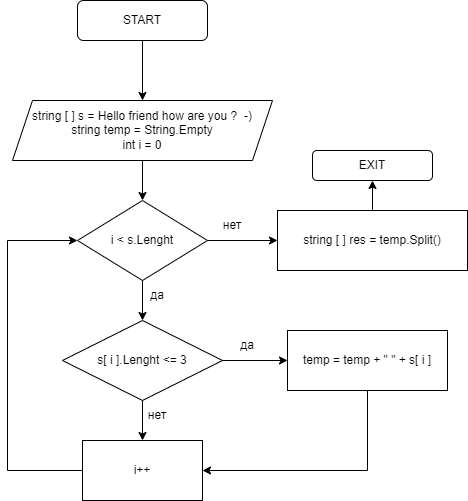
The draw.io diagram 1.drawio.png in zorgensk/Final_work, before a commit. Source tidied: cells renumbered, new cells last; positions are measured from the earlier drawing's top-left corner, leaving out a move shared by most shapes.
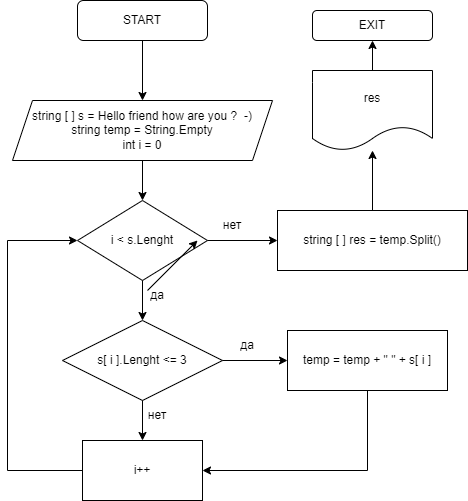
The same file after the commit.

Change to the diagram source:
```diff
@@ -64,9 +64,9 @@
         <mxPoint x="270" y="240" as="targetPoint" />
       </mxGeometry>
     </mxCell>
-    <mxCell id="19" style="edgeStyle=orthogonalEdgeStyle;rounded=0;jettySize=auto;html=1;" parent="1" edge="1" source="20" target="22">
-      <mxGeometry relative="1" as="geometry" />
-    </mxCell>
+    <mxCell id="23" style="edgeStyle=orthogonalEdgeStyle;rounded=0;jettySize=auto;html=1;" parent="1" edge="1" source="20" target="25">
+      <mxGeometry relative="1" as="geometry" />
+    </mxCell>
     <mxCell id="20" value="string [ ] res = temp.Split()" style="rounded=0;whiteSpace=wrap;html=1;" parent="1" vertex="1">
       <mxGeometry x="270" y="210" width="190" height="60" as="geometry" />
     </mxCell>
@@ -74,7 +74,19 @@
       <mxGeometry x="195" y="210" width="60" height="30" as="geometry" />
     </mxCell>
     <mxCell id="22" value="EXIT" style="rounded=1;whiteSpace=wrap;html=1;" parent="1" vertex="1">
-      <mxGeometry x="305" y="150" width="120" height="30" as="geometry" />
+      <mxGeometry x="305" y="10" width="120" height="30" as="geometry" />
     </mxCell>
+    <mxCell id="24" style="edgeStyle=orthogonalEdgeStyle;rounded=0;jettySize=auto;html=1;" parent="1" edge="1" source="25" target="22">
+      <mxGeometry relative="1" as="geometry" />
+    </mxCell>
+    <mxCell id="25" value="res" style="shape=document;whiteSpace=wrap;html=1;boundedLbl=1;" parent="1" vertex="1">
+      <mxGeometry x="305" y="70" width="120" height="80" as="geometry" />
+    </mxCell>
+    <mxCell id="26" style="endArrow=classic;html=1;rounded=0;" parent="1" edge="1">
+      <mxGeometry relative="1" as="geometry">
+        <mxPoint x="140" y="290" as="sourcePoint" />
+        <mxPoint x="190" y="240" as="targetPoint" />
+      </mxGeometry>
+    </mxCell>
   </root>
 </mxGraphModel>
```
